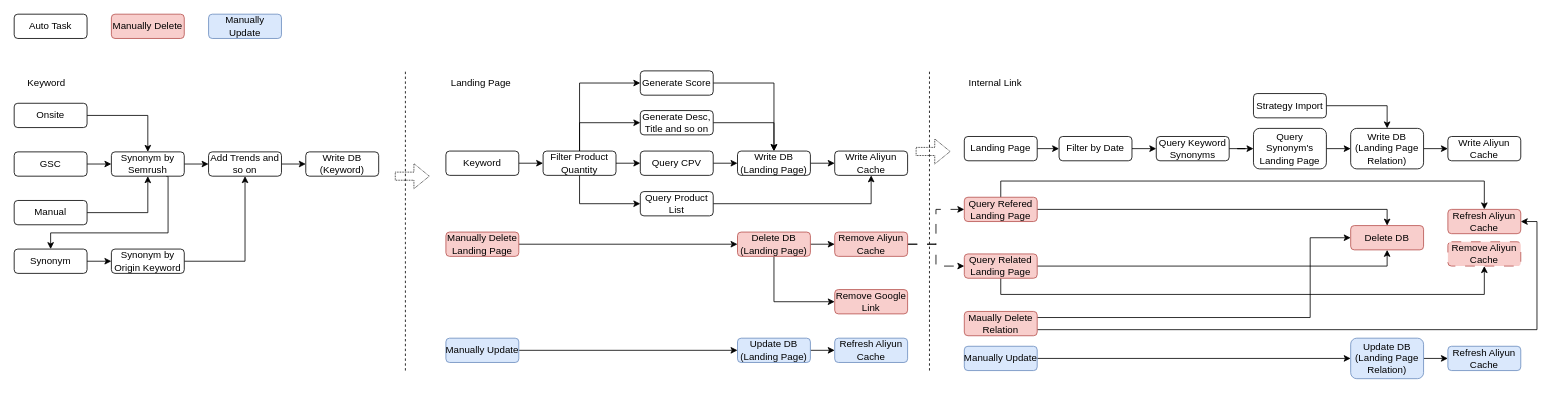
VisableHarry/seo-drawio keeps this draw.io diagram as drawio/internal_link.drawio. Above is the earlier version. Source tidied: cells renumbered, new cells numbered last; positions are measured from the earlier drawing's top-left corner, leaving out a move shared by most shapes. Both pictures are drawn from the tidied source at 81%, with x=0, y=0 at pixel (14, 14).
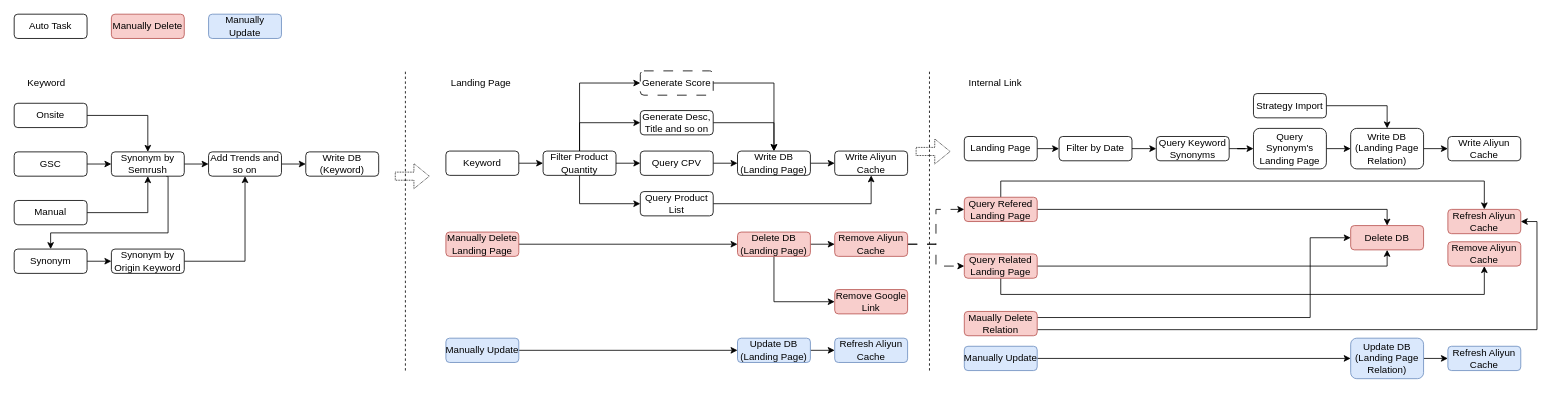
Above is the later version.

Diff of the diagram source:
```diff
@@
-    <mxCell id="68" value="Remove Aliyun Cache" style="rounded=1;whiteSpace=wrap;html=1;fillColor=#f8cecc;strokeColor=#b85450;dashed=1;dashPattern=12 12;" parent="1" vertex="1">
+    <mxCell id="68" value="Remove Aliyun Cache" style="rounded=1;whiteSpace=wrap;html=1;fillColor=#f8cecc;strokeColor=#b85450;" parent="1" vertex="1">
       <mxGeometry x="1770" y="281" width="90" height="30" as="geometry" />
     </mxCell>
@@
-    <mxCell id="82" value="Generate Score" style="rounded=1;whiteSpace=wrap;html=1;" parent="1" vertex="1">
+    <mxCell id="82" value="Generate Score" style="rounded=1;whiteSpace=wrap;html=1;dashed=1;dashPattern=12 12;" parent="1" vertex="1">
       <mxGeometry x="773" y="70" width="90" height="30" as="geometry" />
     </mxCell>
```
